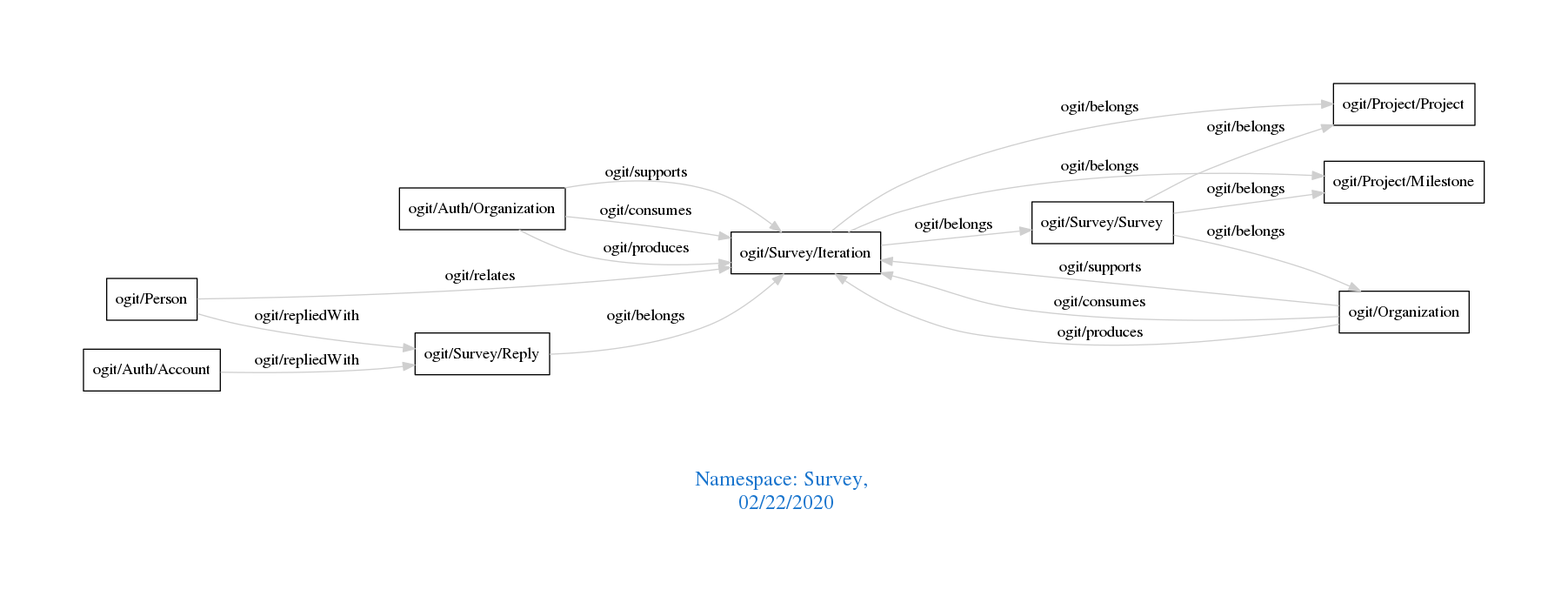
arago/OGIT keeps this Graphviz diagram as downloads/Survey.png. Above is the earlier version. Its source is kept beside it as downloads/Survey.dot.
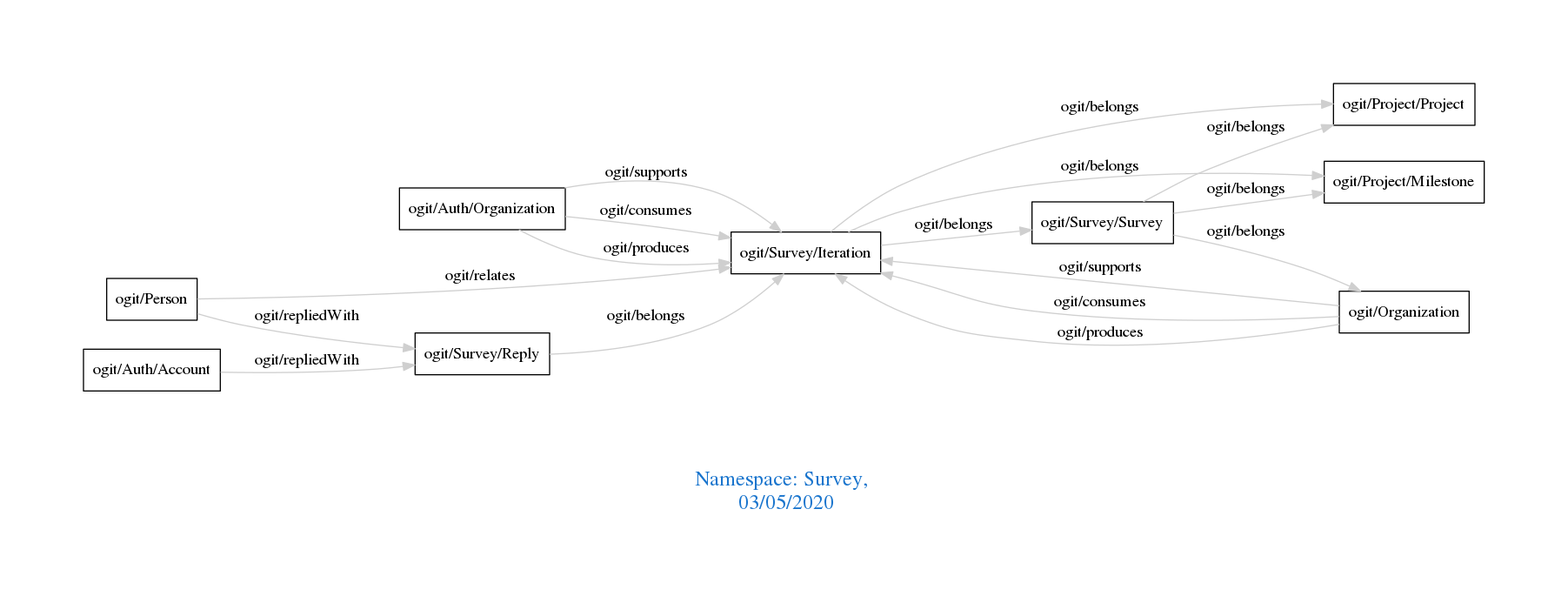
The same file after the commit.

Change to the diagram source:
```diff
@@ -1,7 +1,7 @@
 digraph OGIT_ontology {
  graph [ rankdir= LR,pad=1
 fontsize = 18,
-fontcolor= dodgerblue3,label = "\n\n\nNamespace: Survey, \n 02/22/2020"];
+fontcolor= dodgerblue3,label = "\n\n\nNamespace: Survey, \n 03/05/2020"];
 node[shape=polygon];
 edge [  color="gray81"];
 
```
